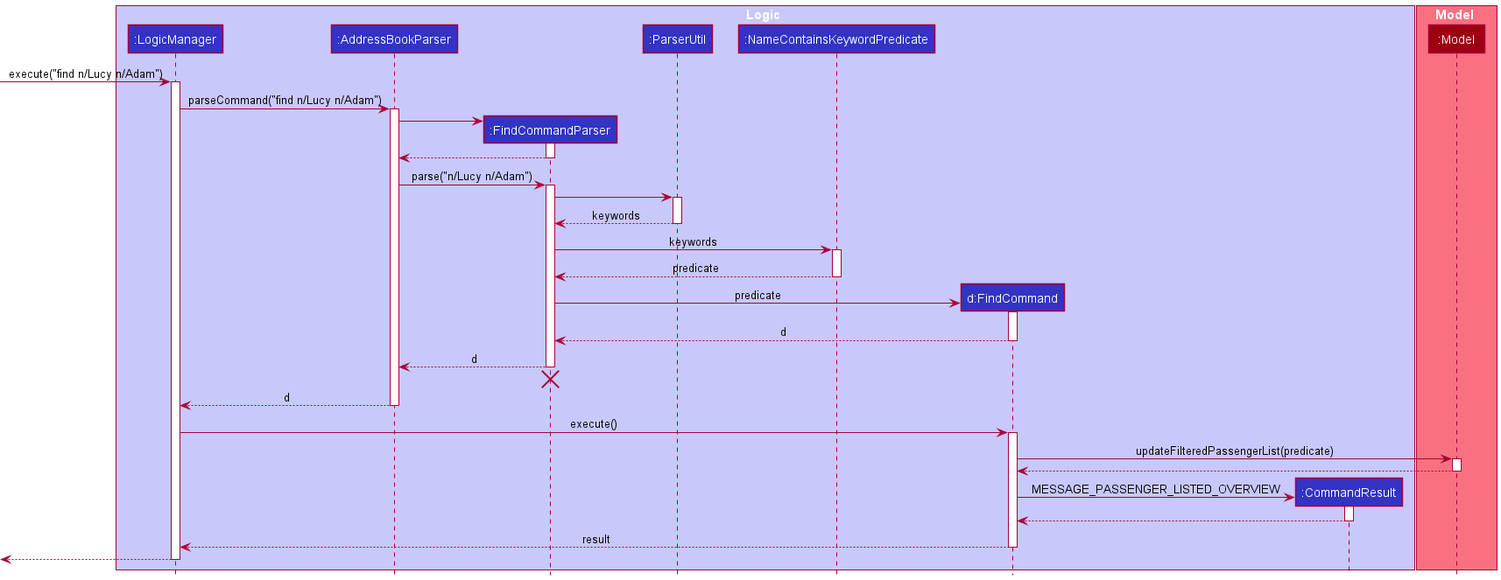
The PlantUML diagram docs/images/FindSequenceDiagram.png in nus-cs2103-AY2021S2/tp, before a commit. Source of this version:
```plantuml
@startuml
!include style.puml

box Logic LOGIC_COLOR_T1
participant ":LogicManager" as LogicManager LOGIC_COLOR
participant ":AddressBookParser" as AddressBookParser LOGIC_COLOR
participant ":FindCommandParser" as FindCommandParser LOGIC_COLOR
participant ":ParserUtil" as ParserUtil LOGIC_COLOR
participant ":NameContainsKeywordPredicate" as NameContainsKeywordPredicate LOGIC_COLOR
participant "d:FindCommand" as FindCommand LOGIC_COLOR
participant ":CommandResult" as CommandResult LOGIC_COLOR
end box

box Model MODEL_COLOR_T1
participant ":Model" as Model MODEL_COLOR
end box

[-> LogicManager : execute("find n/Lucy n/Adam")
activate LogicManager

LogicManager -> AddressBookParser : parseCommand("find n/Lucy n/Adam")
activate AddressBookParser

create FindCommandParser
AddressBookParser -> FindCommandParser
activate FindCommandParser

FindCommandParser --> AddressBookParser
deactivate FindCommandParser

AddressBookParser -> FindCommandParser : parse("n/Lucy n/Adam")
activate FindCommandParser

FindCommandParser -> ParserUtil
activate ParserUtil
return keywords

FindCommandParser -> NameContainsKeywordPredicate : keywords
activate NameContainsKeywordPredicate
return predicate

create FindCommand
FindCommandParser -> FindCommand : predicate
activate FindCommand
return d

FindCommandParser --> AddressBookParser : d
deactivate FindCommandParser
FindCommandParser -[hidden]-> AddressBookParser
destroy FindCommandParser

AddressBookParser --> LogicManager : d
deactivate AddressBookParser

LogicManager -> FindCommand : execute()
activate FindCommand

FindCommand -> Model : updateFilteredPassengerList(predicate)
activate Model
return

create CommandResult
FindCommand -> CommandResult : MESSAGE_PASSENGER_LISTED_OVERVIEW
activate CommandResult
return

FindCommand --> LogicManager : result
deactivate FindCommand

[<--LogicManager
deactivate LogicManager
@enduml
```
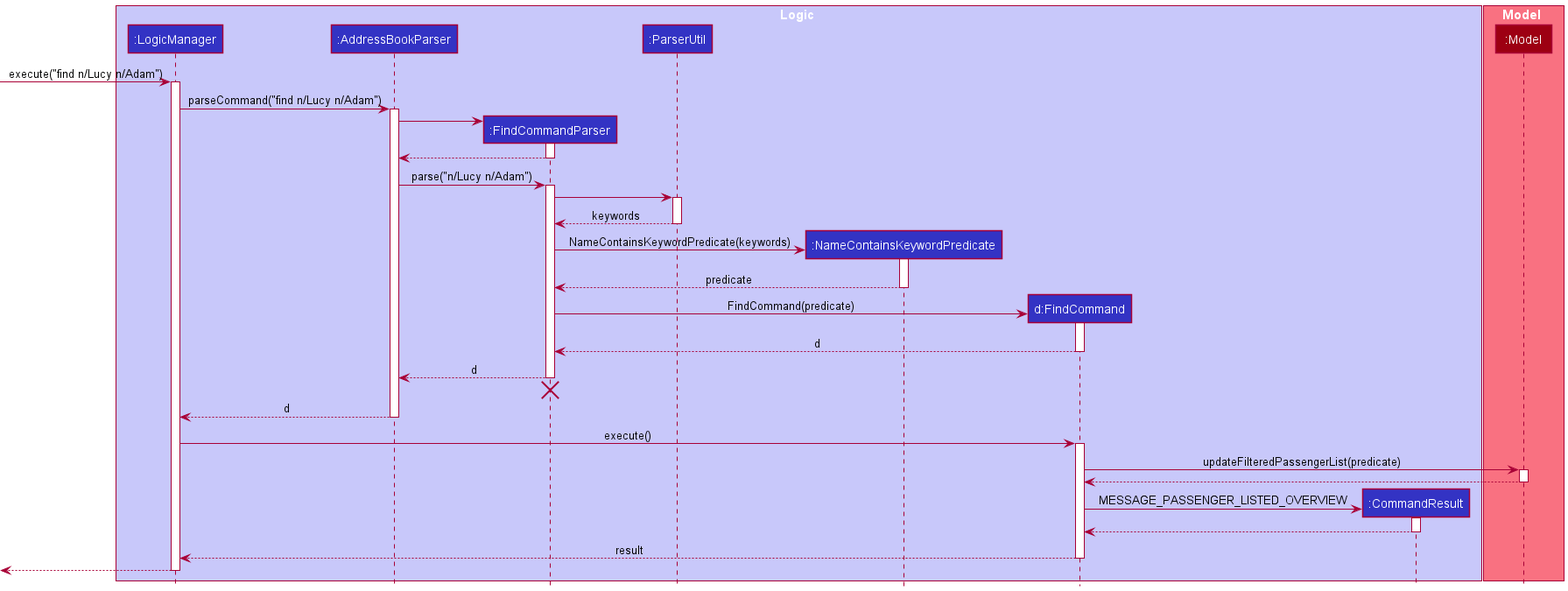
Later version of the same file.

Commit message:
Rectify passing of variables

Change to the diagram source:
```diff
@@ -35,12 +35,13 @@
 activate ParserUtil
 return keywords
 
-FindCommandParser -> NameContainsKeywordPredicate : keywords
+create NameContainsKeywordPredicate
+FindCommandParser -> NameContainsKeywordPredicate : NameContainsKeywordPredicate(keywords)
 activate NameContainsKeywordPredicate
 return predicate
 
 create FindCommand
-FindCommandParser -> FindCommand : predicate
+FindCommandParser -> FindCommand : FindCommand(predicate)
 activate FindCommand
 return d
 
```
